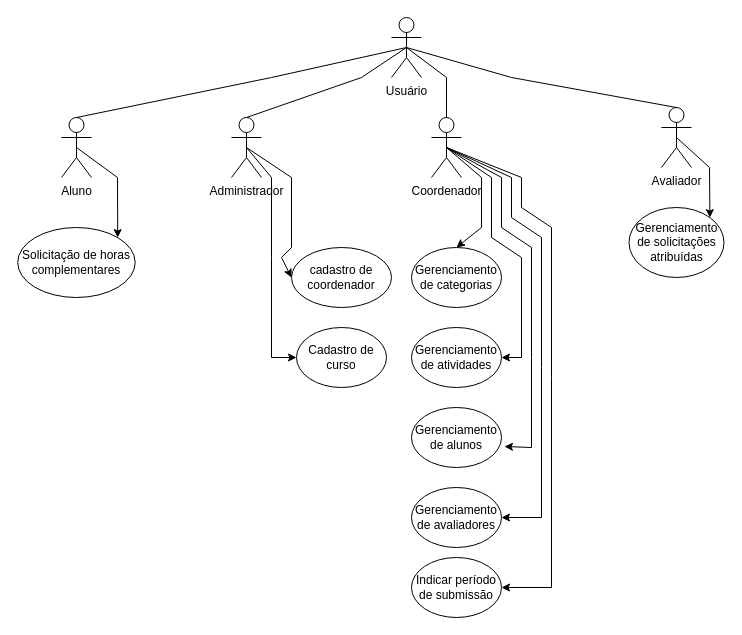
The draw.io diagram trabanalise.drawio in DGzzzzz/ADS_IF, before the edit. Source tidied: cells renumbered, new cells numbered last; positions are measured from the earlier drawing's top-left corner, leaving out a move shared by most shapes. Both pictures are drawn from the tidied source at 100%, with x=0, y=0 at pixel (17, 17).
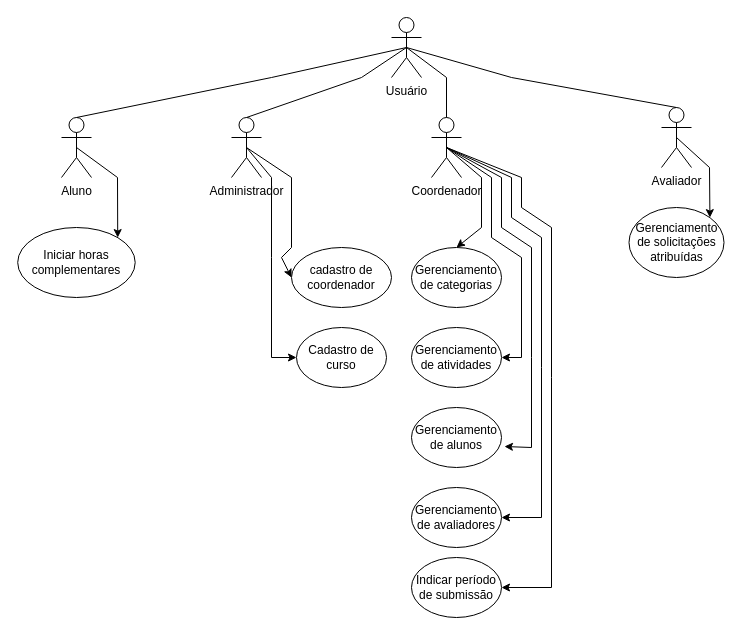
The same page after the edit.

Commit message:
atualização marcelo

Diff of the diagram source:
```diff
@@
-    <mxCell id="25" value="Solicitação de horas complementares" style="ellipse;whiteSpace=wrap;html=1;" parent="1" vertex="1">
+    <mxCell id="25" value="Iniciar horas complementares" style="ellipse;whiteSpace=wrap;html=1;" parent="1" vertex="1">
       <mxGeometry x="0.2" y="210" width="117.5" height="70" as="geometry" />
     </mxCell>
```
